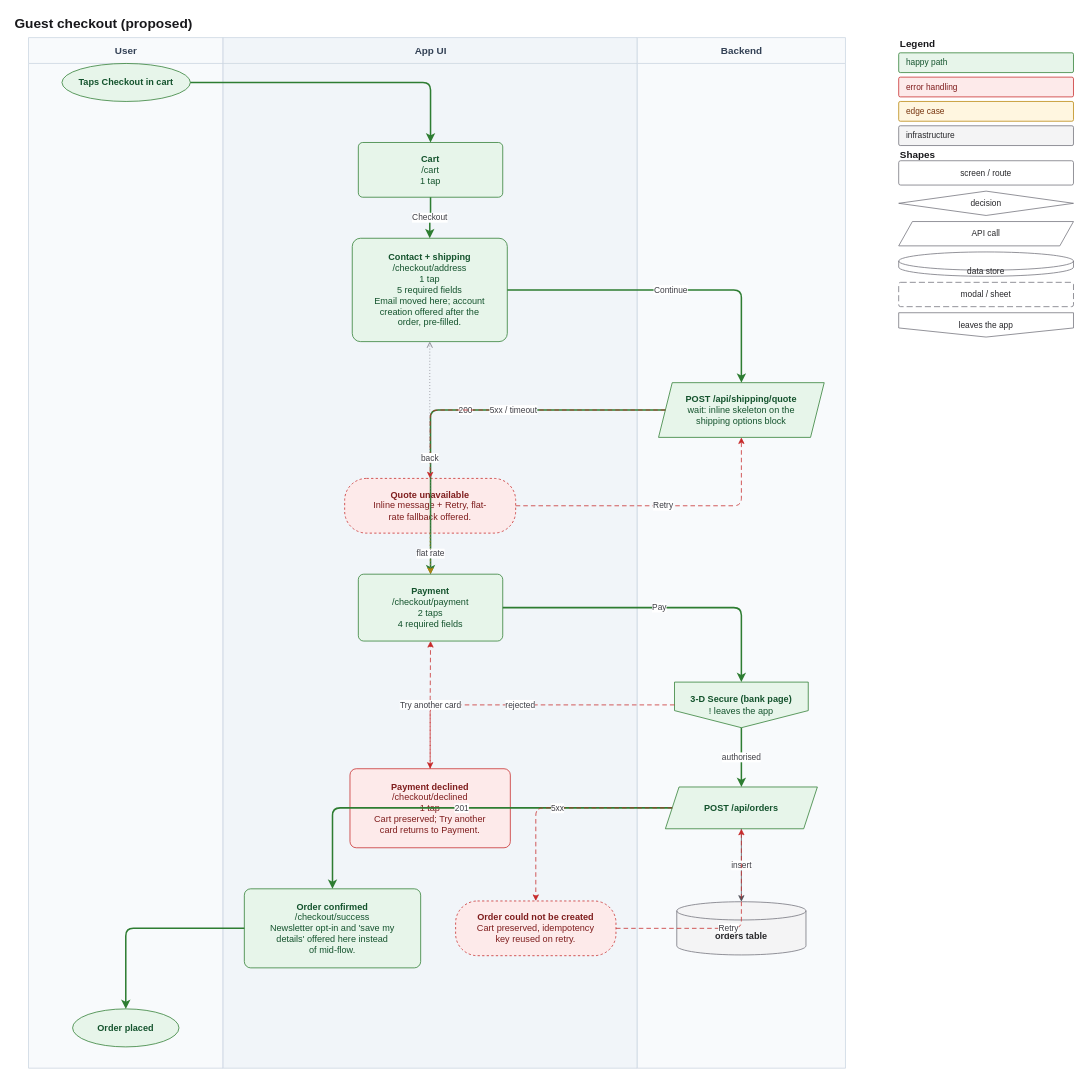
The draw.io diagram page "Akış + notlar" (2 of 3) of examples/output/checkout-proposed.drawio in js-lover/uxflow, before the edit. Source tidied: cells renumbered, new cells numbered last; positions are measured from the earlier drawing's top-left corner, leaving out a move shared by most shapes. Both pictures are drawn from the tidied source at 76%, with x=0, y=0 at pixel (13, 13).
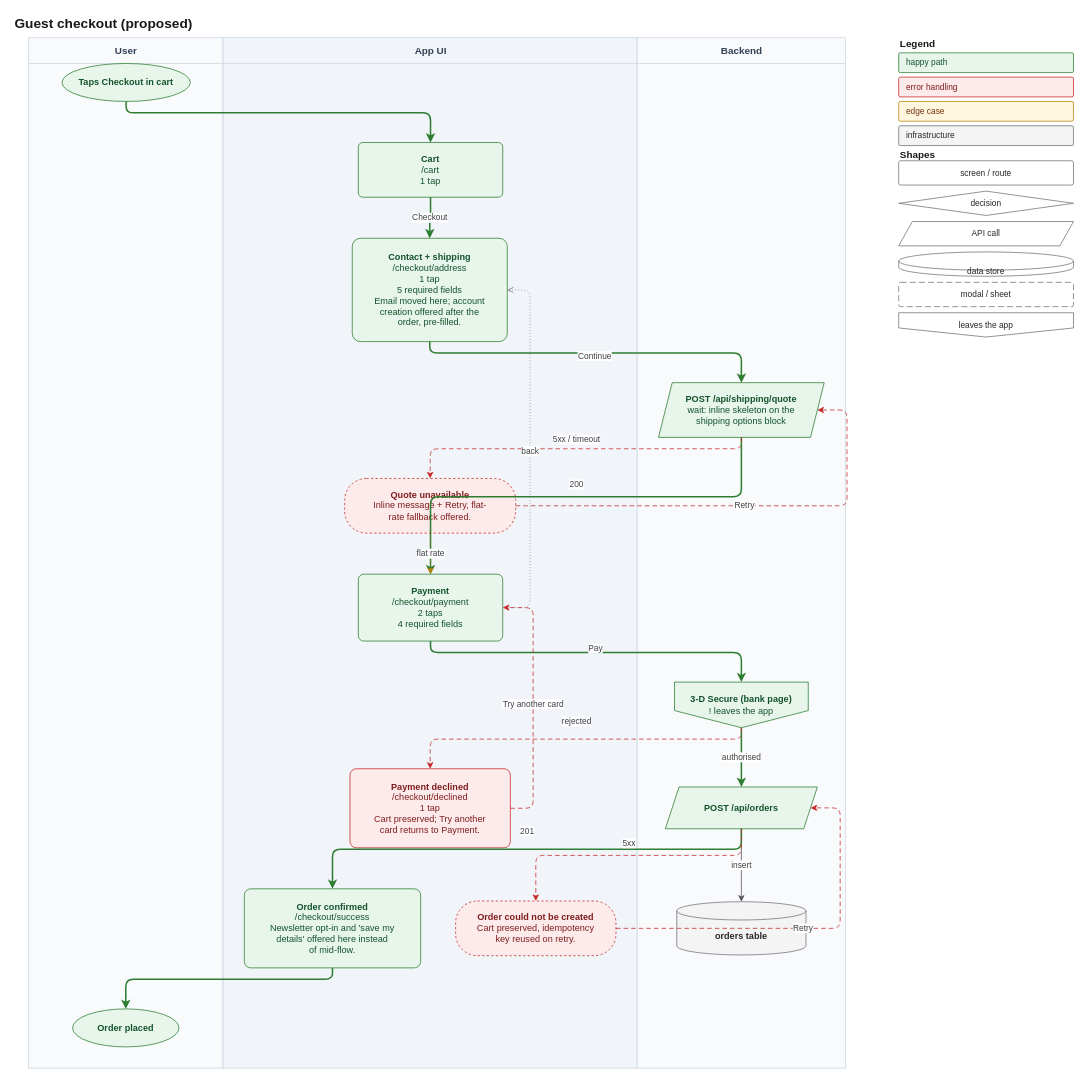
After the change.

The change refers to these unchanged cells:
```xml
<mxCell id="6" value="&lt;b&gt;Taps Checkout in cart&lt;/b&gt;" style="ellipse;whiteSpace=wrap;html=1;fillColor=#E7F5EA;strokeColor=#2E7D32;fontColor=#14532D;align=center;verticalAlign=middle;fontSize=12;spacing=4;" parent="1" vertex="1">
  <mxGeometry x="64" y="66" width="169" height="50" as="geometry" />
</mxCell>
<mxCell id="7" value="&lt;b&gt;Cart&lt;/b&gt;&lt;br&gt;/cart&lt;br&gt;1 tap" style="rounded=1;arcSize=8;whiteSpace=wrap;html=1;fillColor=#E7F5EA;strokeColor=#2E7D32;fontColor=#14532D;align=center;verticalAlign=middle;fontSize=12;spacing=4;" parent="1" vertex="1">
  <mxGeometry x="454" y="170" width="190" height="72" as="geometry" />
</mxCell>
<mxCell id="8" value="&lt;b&gt;Contact + shipping&lt;/b&gt;&lt;br&gt;/checkout/address&lt;br&gt;1 tap&lt;br&gt;5 required fields&lt;br&gt;Email moved here; account&lt;br&gt;creation offered after the&lt;br&gt;order, pre-filled." style="rounded=1;arcSize=8;whiteSpace=wrap;html=1;fillColor=#E7F5EA;strokeColor=#2E7D32;fontColor=#14532D;align=center;verticalAlign=middle;fontSize=12;spacing=4;" parent="1" vertex="1">
  <mxGeometry x="446" y="296" width="204" height="136" as="geometry" />
</mxCell>
<mxCell id="9" value="&lt;b&gt;POST /api/shipping/quote&lt;/b&gt;&lt;br&gt;wait: inline skeleton on the&lt;br&gt;shipping options block" style="shape=parallelogram;perimeter=parallelogramPerimeter;fixedSize=1;size=18;whiteSpace=wrap;html=1;fillColor=#E7F5EA;strokeColor=#2E7D32;fontColor=#14532D;align=center;verticalAlign=middle;fontSize=12;spacing=4;" parent="1" vertex="1">
  <mxGeometry x="849" y="486" width="218" height="72" as="geometry" />
</mxCell>
<mxCell id="10" value="&lt;b&gt;Quote unavailable&lt;/b&gt;&lt;br&gt;Inline message + Retry, flat-&lt;br&gt;rate fallback offered." style="rounded=1;arcSize=40;dashed=1;whiteSpace=wrap;html=1;fillColor=#FDEAEA;strokeColor=#C62828;fontColor=#7F1D1D;align=center;verticalAlign=middle;fontSize=12;spacing=4;" parent="1" vertex="1">
  <mxGeometry x="436" y="612" width="225" height="72" as="geometry" />
</mxCell>
<mxCell id="11" value="&lt;b&gt;Payment&lt;/b&gt;&lt;br&gt;/checkout/payment&lt;br&gt;2 taps&lt;br&gt;4 required fields" style="rounded=1;arcSize=8;whiteSpace=wrap;html=1;fillColor=#E7F5EA;strokeColor=#2E7D32;fontColor=#14532D;align=center;verticalAlign=middle;fontSize=12;spacing=4;" parent="1" vertex="1">
  <mxGeometry x="454" y="738" width="190" height="88" as="geometry" />
</mxCell>
<mxCell id="12" value="&lt;b&gt;3-D Secure (bank page)&lt;/b&gt;&lt;br&gt;! leaves the app" style="shape=offPageConnector;whiteSpace=wrap;html=1;fillColor=#E7F5EA;strokeColor=#2E7D32;fontColor=#14532D;align=center;verticalAlign=middle;fontSize=12;spacing=4;" parent="1" vertex="1">
  <mxGeometry x="870" y="880" width="176" height="60" as="geometry" />
</mxCell>
<mxCell id="13" value="&lt;b&gt;POST /api/orders&lt;/b&gt;" style="shape=parallelogram;perimeter=parallelogramPerimeter;fixedSize=1;size=18;whiteSpace=wrap;html=1;fillColor=#E7F5EA;strokeColor=#2E7D32;fontColor=#14532D;align=center;verticalAlign=middle;fontSize=12;spacing=4;" parent="1" vertex="1">
  <mxGeometry x="858" y="1018" width="200" height="55" as="geometry" />
</mxCell>
<mxCell id="14" value="&lt;b&gt;Order could not be created&lt;/b&gt;&lt;br&gt;Cart preserved, idempotency&lt;br&gt;key reused on retry." style="rounded=1;arcSize=40;dashed=1;whiteSpace=wrap;html=1;fillColor=#FDEAEA;strokeColor=#C62828;fontColor=#7F1D1D;align=center;verticalAlign=middle;fontSize=12;spacing=4;" parent="1" vertex="1">
  <mxGeometry x="582" y="1168" width="211" height="72" as="geometry" />
</mxCell>
<mxCell id="15" value="&lt;b&gt;orders table&lt;/b&gt;" style="shape=cylinder3;boundedLbl=1;backgroundOutline=1;size=12;whiteSpace=wrap;html=1;fillColor=#F4F4F5;strokeColor=#71717A;fontColor=#27272A;align=center;verticalAlign=middle;fontSize=12;spacing=4;" parent="1" vertex="1">
  <mxGeometry x="873" y="1169" width="170" height="70" as="geometry" />
</mxCell>
<mxCell id="16" value="&lt;b&gt;Payment declined&lt;/b&gt;&lt;br&gt;/checkout/declined&lt;br&gt;1 tap&lt;br&gt;Cart preserved; Try another&lt;br&gt;card returns to Payment." style="rounded=1;arcSize=8;whiteSpace=wrap;html=1;fillColor=#FDEAEA;strokeColor=#C62828;fontColor=#7F1D1D;align=center;verticalAlign=middle;fontSize=12;spacing=4;" parent="1" vertex="1">
  <mxGeometry x="443" y="994" width="211" height="104" as="geometry" />
</mxCell>
<mxCell id="17" value="&lt;b&gt;Order confirmed&lt;/b&gt;&lt;br&gt;/checkout/success&lt;br&gt;Newsletter opt-in and 'save my&lt;br&gt;details' offered here instead&lt;br&gt;of mid-flow." style="rounded=1;arcSize=8;whiteSpace=wrap;html=1;fillColor=#E7F5EA;strokeColor=#2E7D32;fontColor=#14532D;align=center;verticalAlign=middle;fontSize=12;spacing=4;" parent="1" vertex="1">
  <mxGeometry x="304" y="1152" width="232" height="104" as="geometry" />
</mxCell>
<mxCell id="18" value="&lt;b&gt;Order placed&lt;/b&gt;" style="ellipse;whiteSpace=wrap;html=1;fillColor=#E7F5EA;strokeColor=#2E7D32;fontColor=#14532D;align=center;verticalAlign=middle;fontSize=12;spacing=4;" parent="1" vertex="1">
  <mxGeometry x="78" y="1310" width="140" height="50" as="geometry" />
</mxCell>
```

Diff of the diagram source:
```diff
@@
-    <mxCell id="19" style="edgeStyle=orthogonalEdgeStyle;rounded=1;html=1;jettySize=auto;strokeColor=#2E7D32;strokeWidth=2;fontSize=11;fontColor=#3F3F46;labelBackgroundColor=#FFFFFF;" parent="1" edge="1" source="6" target="7">
-      <mxGeometry relative="1" as="geometry" />
+    <mxCell id="19" style="edgeStyle=orthogonalEdgeStyle;rounded=1;html=1;jettySize=auto;strokeColor=#2E7D32;strokeWidth=2;fontSize=11;fontColor=#3F3F46;labelBackgroundColor=#FFFFFF;exitX=0.5;exitY=1;exitDx=0;exitDy=0;entryX=0.5;entryY=0;entryDx=0;entryDy=0;" parent="1" edge="1" source="6" target="7">
+      <mxGeometry relative="1" as="geometry">
+        <Array as="points">
+          <mxPoint x="148" y="131" />
+          <mxPoint x="549" y="131" />
+        </Array>
+      </mxGeometry>
     </mxCell>
-    <mxCell id="20" value="Checkout" style="edgeStyle=orthogonalEdgeStyle;rounded=1;html=1;jettySize=auto;strokeColor=#2E7D32;strokeWidth=2;fontSize=11;fontColor=#3F3F46;labelBackgroundColor=#FFFFFF;" parent="1" edge="1" source="7" target="8">
+    <mxCell id="20" value="Checkout" style="edgeStyle=orthogonalEdgeStyle;rounded=1;html=1;jettySize=auto;strokeColor=#2E7D32;strokeWidth=2;fontSize=11;fontColor=#3F3F46;labelBackgroundColor=#FFFFFF;exitX=0.5;exitY=1;exitDx=0;exitDy=0;entryX=0.5;entryY=0;entryDx=0;entryDy=0;" parent="1" edge="1" source="7" target="8">
       <mxGeometry relative="1" as="geometry" />
     </mxCell>
-    <mxCell id="21" value="Continue" style="edgeStyle=orthogonalEdgeStyle;rounded=1;html=1;jettySize=auto;strokeColor=#2E7D32;strokeWidth=2;fontSize=11;fontColor=#3F3F46;labelBackgroundColor=#FFFFFF;" parent="1" edge="1" source="8" target="9">
-      <mxGeometry relative="1" as="geometry" />
+    <mxCell id="21" value="Continue" style="edgeStyle=orthogonalEdgeStyle;rounded=1;html=1;jettySize=auto;strokeColor=#2E7D32;strokeWidth=2;fontSize=11;fontColor=#3F3F46;labelBackgroundColor=#FFFFFF;exitX=0.5;exitY=1;exitDx=0;exitDy=0;entryX=0.5;entryY=0;entryDx=0;entryDy=0;" parent="1" edge="1" source="8" target="9">
+      <mxGeometry relative="1" as="geometry">
+        <Array as="points">
+          <mxPoint x="548" y="447" />
+          <mxPoint x="958" y="447" />
+        </Array>
+        <mxPoint y="4" as="offset" />
+      </mxGeometry>
     </mxCell>
-    <mxCell id="22" value="200" style="edgeStyle=orthogonalEdgeStyle;rounded=1;html=1;jettySize=auto;strokeColor=#2E7D32;strokeWidth=2;fontSize=11;fontColor=#3F3F46;labelBackgroundColor=#FFFFFF;" parent="1" edge="1" source="9" target="11">
-      <mxGeometry relative="1" as="geometry" />
+    <mxCell id="22" value="200" style="edgeStyle=orthogonalEdgeStyle;rounded=1;html=1;jettySize=auto;strokeColor=#2E7D32;strokeWidth=2;fontSize=11;fontColor=#3F3F46;labelBackgroundColor=#FFFFFF;exitX=0.5;exitY=1;exitDx=0;exitDy=0;entryX=0.5;entryY=0;entryDx=0;entryDy=0;" parent="1" edge="1" source="9" target="11">
+      <mxGeometry relative="1" as="geometry">
+        <Array as="points">
+          <mxPoint x="958" y="636" />
+          <mxPoint x="549" y="636" />
+        </Array>
+        <mxPoint y="-16" as="offset" />
+      </mxGeometry>
     </mxCell>
-    <mxCell id="23" value="5xx / timeout" style="edgeStyle=orthogonalEdgeStyle;rounded=1;html=1;jettySize=auto;strokeColor=#C62828;dashed=1;dashPattern=6 4;fontSize=11;fontColor=#3F3F46;labelBackgroundColor=#FFFFFF;" parent="1" edge="1" source="9" target="10">
-      <mxGeometry relative="1" as="geometry" />
+    <mxCell id="23" value="5xx / timeout" style="edgeStyle=orthogonalEdgeStyle;rounded=1;html=1;jettySize=auto;strokeColor=#C62828;dashed=1;dashPattern=6 4;fontSize=11;fontColor=#3F3F46;labelBackgroundColor=#FFFFFF;exitX=0.5;exitY=1;exitDx=0;exitDy=0;entryX=0.5;entryY=0;entryDx=0;entryDy=0;" parent="1" edge="1" source="9" target="10">
+      <mxGeometry relative="1" as="geometry">
+        <Array as="points">
+          <mxPoint x="958" y="573" />
+          <mxPoint x="548" y="573" />
+        </Array>
+        <mxPoint y="-12" as="offset" />
+      </mxGeometry>
     </mxCell>
-    <mxCell id="24" value="Retry" style="edgeStyle=orthogonalEdgeStyle;rounded=1;html=1;jettySize=auto;strokeColor=#C62828;dashed=1;dashPattern=6 4;fontSize=11;fontColor=#3F3F46;labelBackgroundColor=#FFFFFF;" parent="1" edge="1" source="10" target="9">
-      <mxGeometry relative="1" as="geometry" />
+    <mxCell id="24" value="Retry" style="edgeStyle=orthogonalEdgeStyle;rounded=1;html=1;jettySize=auto;strokeColor=#C62828;dashed=1;dashPattern=6 4;fontSize=11;fontColor=#3F3F46;labelBackgroundColor=#FFFFFF;exitX=1;exitY=0.5;exitDx=0;exitDy=0;entryX=1;entryY=0.5;entryDx=0;entryDy=0;" parent="1" edge="1" source="10" target="9">
+      <mxGeometry relative="1" as="geometry">
+        <Array as="points">
+          <mxPoint x="1097" y="648" />
+          <mxPoint x="1097" y="522" />
+        </Array>
+      </mxGeometry>
     </mxCell>
-    <mxCell id="25" value="flat rate" style="edgeStyle=orthogonalEdgeStyle;rounded=1;html=1;jettySize=auto;strokeColor=#B8860B;dashed=1;dashPattern=2 3;fontSize=11;fontColor=#3F3F46;labelBackgroundColor=#FFFFFF;" parent="1" edge="1" source="10" target="11">
+    <mxCell id="25" value="flat rate" style="edgeStyle=orthogonalEdgeStyle;rounded=1;html=1;jettySize=auto;strokeColor=#B8860B;dashed=1;dashPattern=2 3;fontSize=11;fontColor=#3F3F46;labelBackgroundColor=#FFFFFF;exitX=0.5;exitY=1;exitDx=0;exitDy=0;entryX=0.5;entryY=0;entryDx=0;entryDy=0;" parent="1" edge="1" source="10" target="11">
       <mxGeometry relative="1" as="geometry" />
     </mxCell>
-    <mxCell id="26" value="Pay" style="edgeStyle=orthogonalEdgeStyle;rounded=1;html=1;jettySize=auto;strokeColor=#2E7D32;strokeWidth=2;fontSize=11;fontColor=#3F3F46;labelBackgroundColor=#FFFFFF;" parent="1" edge="1" source="11" target="12">
-      <mxGeometry relative="1" as="geometry" />
+    <mxCell id="26" value="Pay" style="edgeStyle=orthogonalEdgeStyle;rounded=1;html=1;jettySize=auto;strokeColor=#2E7D32;strokeWidth=2;fontSize=11;fontColor=#3F3F46;labelBackgroundColor=#FFFFFF;exitX=0.5;exitY=1;exitDx=0;exitDy=0;entryX=0.5;entryY=0;entryDx=0;entryDy=0;" parent="1" edge="1" source="11" target="12">
+      <mxGeometry relative="1" as="geometry">
+        <Array as="points">
+          <mxPoint x="549" y="841" />
+          <mxPoint x="958" y="841" />
+        </Array>
+        <mxPoint y="-5" as="offset" />
+      </mxGeometry>
     </mxCell>
-    <mxCell id="27" value="back" style="edgeStyle=orthogonalEdgeStyle;rounded=1;html=1;jettySize=auto;strokeColor=#71717A;dashed=1;dashPattern=1 3;endArrow=open;fontSize=11;fontColor=#3F3F46;labelBackgroundColor=#FFFFFF;" parent="1" edge="1" source="11" target="8">
-      <mxGeometry relative="1" as="geometry" />
+    <mxCell id="27" value="back" style="edgeStyle=orthogonalEdgeStyle;rounded=1;html=1;jettySize=auto;strokeColor=#71717A;dashed=1;dashPattern=1 3;endArrow=open;fontSize=11;fontColor=#3F3F46;labelBackgroundColor=#FFFFFF;exitX=1;exitY=0.5;exitDx=0;exitDy=0;entryX=1;entryY=0.5;entryDx=0;entryDy=0;" parent="1" edge="1" source="11" target="8">
+      <mxGeometry relative="1" as="geometry">
+        <Array as="points">
+          <mxPoint x="680" y="782" />
+          <mxPoint x="680" y="364" />
+        </Array>
+      </mxGeometry>
     </mxCell>
-    <mxCell id="28" value="authorised" style="edgeStyle=orthogonalEdgeStyle;rounded=1;html=1;jettySize=auto;strokeColor=#2E7D32;strokeWidth=2;fontSize=11;fontColor=#3F3F46;labelBackgroundColor=#FFFFFF;" parent="1" edge="1" source="12" target="13">
+    <mxCell id="28" value="authorised" style="edgeStyle=orthogonalEdgeStyle;rounded=1;html=1;jettySize=auto;strokeColor=#2E7D32;strokeWidth=2;fontSize=11;fontColor=#3F3F46;labelBackgroundColor=#FFFFFF;exitX=0.5;exitY=1;exitDx=0;exitDy=0;entryX=0.5;entryY=0;entryDx=0;entryDy=0;" parent="1" edge="1" source="12" target="13">
       <mxGeometry relative="1" as="geometry" />
     </mxCell>
-    <mxCell id="29" value="rejected" style="edgeStyle=orthogonalEdgeStyle;rounded=1;html=1;jettySize=auto;strokeColor=#C62828;dashed=1;dashPattern=6 4;fontSize=11;fontColor=#3F3F46;labelBackgroundColor=#FFFFFF;" parent="1" edge="1" source="12" target="16">
-      <mxGeometry relative="1" as="geometry" />
+    <mxCell id="29" value="rejected" style="edgeStyle=orthogonalEdgeStyle;rounded=1;html=1;jettySize=auto;strokeColor=#C62828;dashed=1;dashPattern=6 4;fontSize=11;fontColor=#3F3F46;labelBackgroundColor=#FFFFFF;exitX=0.5;exitY=1;exitDx=0;exitDy=0;entryX=0.5;entryY=0;entryDx=0;entryDy=0;" parent="1" edge="1" source="12" target="16">
+      <mxGeometry relative="1" as="geometry">
+        <Array as="points">
+          <mxPoint x="958" y="955" />
+          <mxPoint x="548" y="955" />
+        </Array>
+        <mxPoint y="-23" as="offset" />
+      </mxGeometry>
     </mxCell>
-    <mxCell id="30" value="Try another card" style="edgeStyle=orthogonalEdgeStyle;rounded=1;html=1;jettySize=auto;strokeColor=#C62828;dashed=1;dashPattern=6 4;fontSize=11;fontColor=#3F3F46;labelBackgroundColor=#FFFFFF;" parent="1" edge="1" source="16" target="11">
-      <mxGeometry relative="1" as="geometry" />
+    <mxCell id="30" value="Try another card" style="edgeStyle=orthogonalEdgeStyle;rounded=1;html=1;jettySize=auto;strokeColor=#C62828;dashed=1;dashPattern=6 4;fontSize=11;fontColor=#3F3F46;labelBackgroundColor=#FFFFFF;exitX=1;exitY=0.5;exitDx=0;exitDy=0;entryX=1;entryY=0.5;entryDx=0;entryDy=0;" parent="1" edge="1" source="16" target="11">
+      <mxGeometry relative="1" as="geometry">
+        <Array as="points">
+          <mxPoint x="684" y="1046" />
+          <mxPoint x="684" y="782" />
+        </Array>
+      </mxGeometry>
     </mxCell>
-    <mxCell id="31" value="insert" style="edgeStyle=orthogonalEdgeStyle;rounded=1;html=1;jettySize=auto;strokeColor=#52525B;fontSize=11;fontColor=#3F3F46;labelBackgroundColor=#FFFFFF;" parent="1" edge="1" source="13" target="15">
+    <mxCell id="31" value="insert" style="edgeStyle=orthogonalEdgeStyle;rounded=1;html=1;jettySize=auto;strokeColor=#52525B;fontSize=11;fontColor=#3F3F46;labelBackgroundColor=#FFFFFF;exitX=0.5;exitY=1;exitDx=0;exitDy=0;entryX=0.5;entryY=0;entryDx=0;entryDy=0;" parent="1" edge="1" source="13" target="15">
       <mxGeometry relative="1" as="geometry" />
     </mxCell>
-    <mxCell id="32" value="201" style="edgeStyle=orthogonalEdgeStyle;rounded=1;html=1;jettySize=auto;strokeColor=#2E7D32;strokeWidth=2;fontSize=11;fontColor=#3F3F46;labelBackgroundColor=#FFFFFF;" parent="1" edge="1" source="13" target="17">
-      <mxGeometry relative="1" as="geometry" />
+    <mxCell id="32" value="201" style="edgeStyle=orthogonalEdgeStyle;rounded=1;html=1;jettySize=auto;strokeColor=#2E7D32;strokeWidth=2;fontSize=11;fontColor=#3F3F46;labelBackgroundColor=#FFFFFF;exitX=0.5;exitY=1;exitDx=0;exitDy=0;entryX=0.5;entryY=0;entryDx=0;entryDy=0;" parent="1" edge="1" source="13" target="17">
+      <mxGeometry relative="1" as="geometry">
+        <Array as="points">
+          <mxPoint x="958" y="1100" />
+          <mxPoint x="420" y="1100" />
+        </Array>
+        <mxPoint y="-24" as="offset" />
+      </mxGeometry>
     </mxCell>
-    <mxCell id="33" value="5xx" style="edgeStyle=orthogonalEdgeStyle;rounded=1;html=1;jettySize=auto;strokeColor=#C62828;dashed=1;dashPattern=6 4;fontSize=11;fontColor=#3F3F46;labelBackgroundColor=#FFFFFF;" parent="1" edge="1" source="13" target="14">
-      <mxGeometry relative="1" as="geometry" />
+    <mxCell id="33" value="5xx" style="edgeStyle=orthogonalEdgeStyle;rounded=1;html=1;jettySize=auto;strokeColor=#C62828;dashed=1;dashPattern=6 4;fontSize=11;fontColor=#3F3F46;labelBackgroundColor=#FFFFFF;exitX=0.5;exitY=1;exitDx=0;exitDy=0;entryX=0.5;entryY=0;entryDx=0;entryDy=0;" parent="1" edge="1" source="13" target="14">
+      <mxGeometry relative="1" as="geometry">
+        <Array as="points">
+          <mxPoint x="958" y="1108" />
+          <mxPoint x="688" y="1108" />
+        </Array>
+        <mxPoint y="-16" as="offset" />
+      </mxGeometry>
     </mxCell>
-    <mxCell id="34" value="Retry" style="edgeStyle=orthogonalEdgeStyle;rounded=1;html=1;jettySize=auto;strokeColor=#C62828;dashed=1;dashPattern=6 4;fontSize=11;fontColor=#3F3F46;labelBackgroundColor=#FFFFFF;" parent="1" edge="1" source="14" target="13">
-      <mxGeometry relative="1" as="geometry" />
+    <mxCell id="34" value="Retry" style="edgeStyle=orthogonalEdgeStyle;rounded=1;html=1;jettySize=auto;strokeColor=#C62828;dashed=1;dashPattern=6 4;fontSize=11;fontColor=#3F3F46;labelBackgroundColor=#FFFFFF;exitX=1;exitY=0.5;exitDx=0;exitDy=0;entryX=1;entryY=0.5;entryDx=0;entryDy=0;" parent="1" edge="1" source="14" target="13">
+      <mxGeometry relative="1" as="geometry">
+        <Array as="points">
+          <mxPoint x="1088" y="1204" />
+          <mxPoint x="1088" y="1046" />
+        </Array>
+      </mxGeometry>
     </mxCell>
-    <mxCell id="35" style="edgeStyle=orthogonalEdgeStyle;rounded=1;html=1;jettySize=auto;strokeColor=#2E7D32;strokeWidth=2;fontSize=11;fontColor=#3F3F46;labelBackgroundColor=#FFFFFF;" parent="1" edge="1" source="17" target="18">
-      <mxGeometry relative="1" as="geometry" />
+    <mxCell id="35" style="edgeStyle=orthogonalEdgeStyle;rounded=1;html=1;jettySize=auto;strokeColor=#2E7D32;strokeWidth=2;fontSize=11;fontColor=#3F3F46;labelBackgroundColor=#FFFFFF;exitX=0.5;exitY=1;exitDx=0;exitDy=0;entryX=0.5;entryY=0;entryDx=0;entryDy=0;" parent="1" edge="1" source="17" target="18">
+      <mxGeometry relative="1" as="geometry">
+        <Array as="points">
+          <mxPoint x="420" y="1271" />
+          <mxPoint x="148" y="1271" />
+        </Array>
+      </mxGeometry>
     </mxCell>
```
